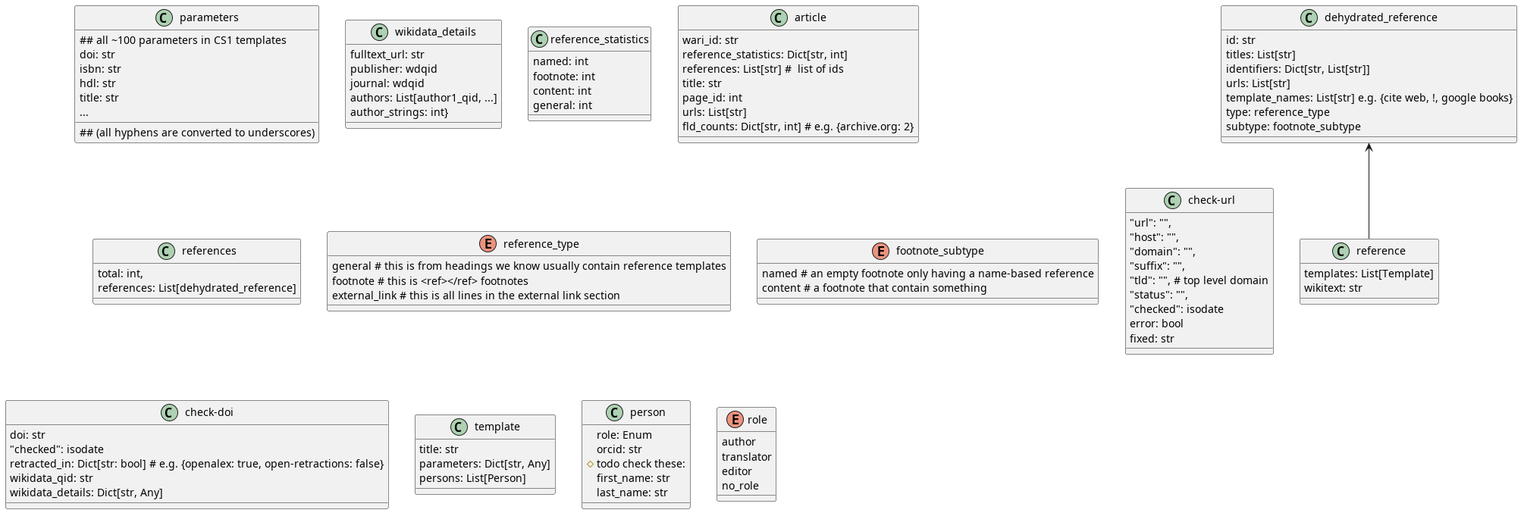
The PlantUML diagram diagrams/wari/classes.png in internetarchive/iari, before a commit.
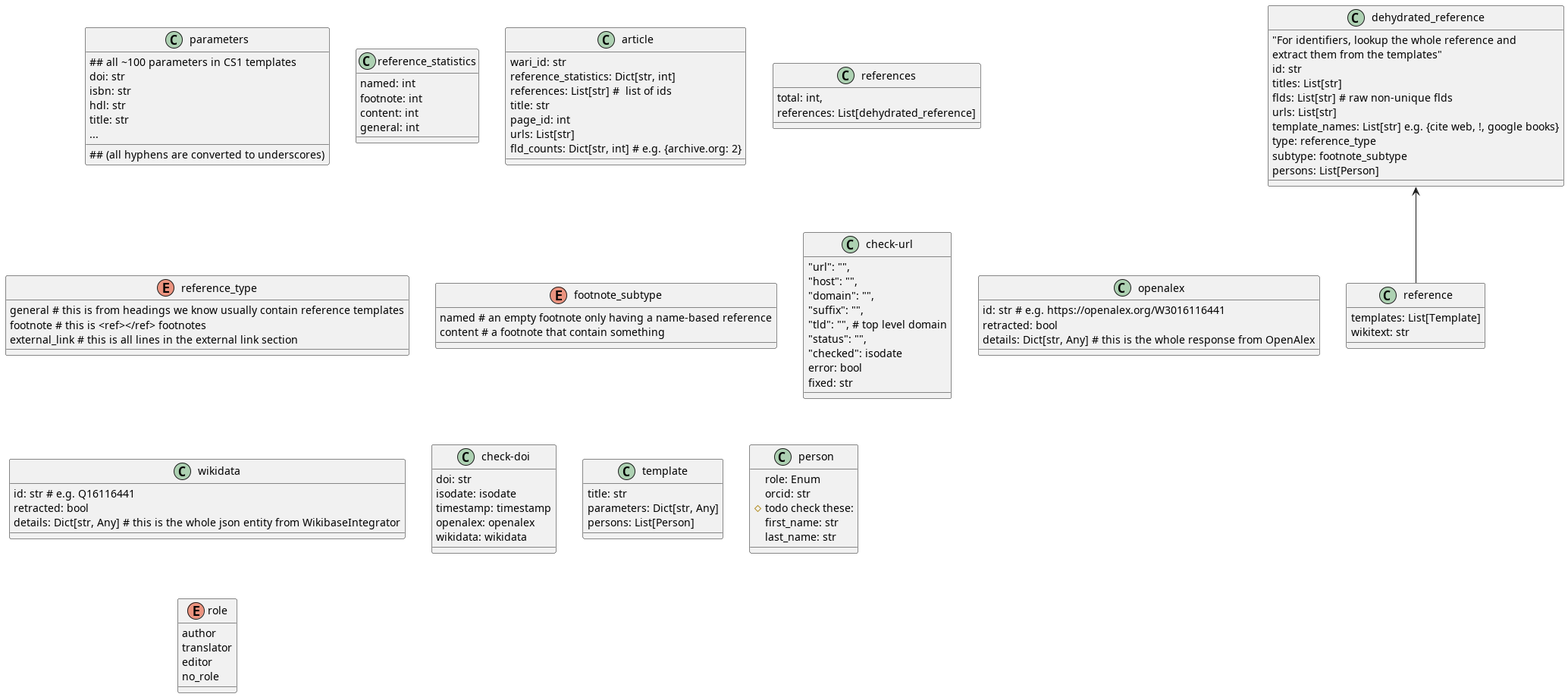
After the change.

Commit message:
chore: Update wari classes to reflect changes in the code.

Change to the diagram source:
```diff
@@ -8,13 +8,6 @@
 hdl: str
 title: str
 ...
-}
-class wikidata_details{
-fulltext_url: str
-publisher: wdqid
-journal: wdqid
-authors: List[author1_qid, ...]
-author_strings: int}
 }
 class reference_statistics{
 named: int
@@ -49,13 +42,16 @@
 content # a footnote that contain something
 }
 class dehydrated_reference {
+"For identifiers, lookup the whole reference and
+extract them from the templates"
 id: str
 titles: List[str]
-identifiers: Dict[str, List[str]]
+flds: List[str] # raw non-unique flds
 urls: List[str]
 template_names: List[str] e.g. {cite web, !, google books}
 type: reference_type
 subtype: footnote_subtype
+persons: List[Person]
 }
 dehydrated_reference <-- reference
 class check-url{
@@ -69,12 +65,22 @@
 error: bool
 fixed: str
 }
+class openalex{
+id: str # e.g. https://openalex.org/W3016116441
+retracted: bool
+details: Dict[str, Any] # this is the whole response from OpenAlex
+}
+class wikidata{
+id: str # e.g. Q16116441
+retracted: bool
+details: Dict[str, Any] # this is the whole json entity from WikibaseIntegrator
+}
 class check-doi{
 doi: str
-"checked": isodate
-retracted_in: Dict[str: bool] # e.g. {openalex: true, open-retractions: false}
-wikidata_qid: str
-wikidata_details: Dict[str, Any]
+isodate: isodate
+timestamp: timestamp
+openalex: openalex
+wikidata: wikidata
 }
 class template{
 title: str
```
